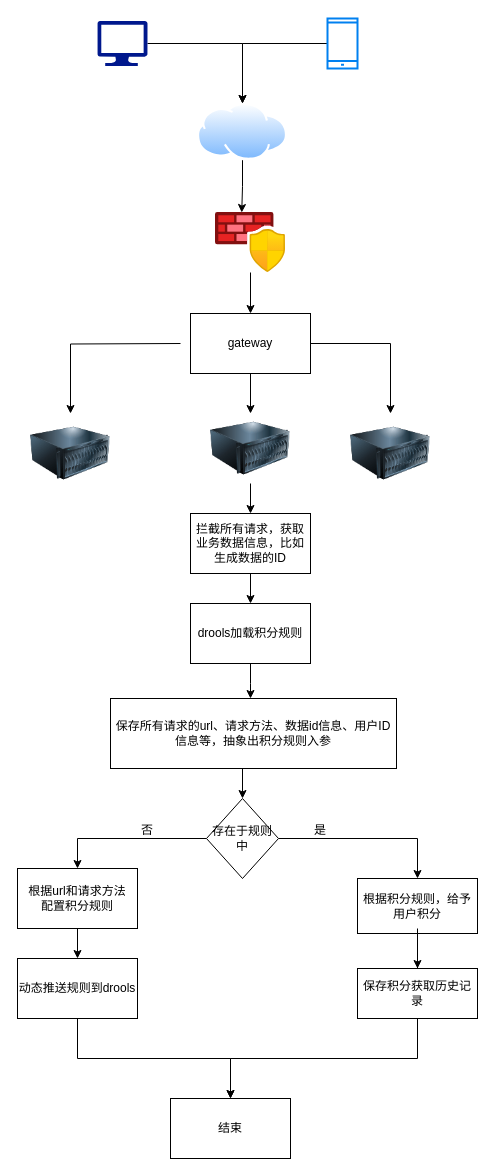
Earlier version of the draw.io diagram 积分管理.drawio (huyongchao98/dapp). Source tidied: cells renumbered, new cells numbered last; positions are measured from the earlier drawing's top-left corner, leaving out a move shared by most shapes. Both pictures are drawn from the tidied source at 100%, with x=0, y=0 at pixel (17, 18).
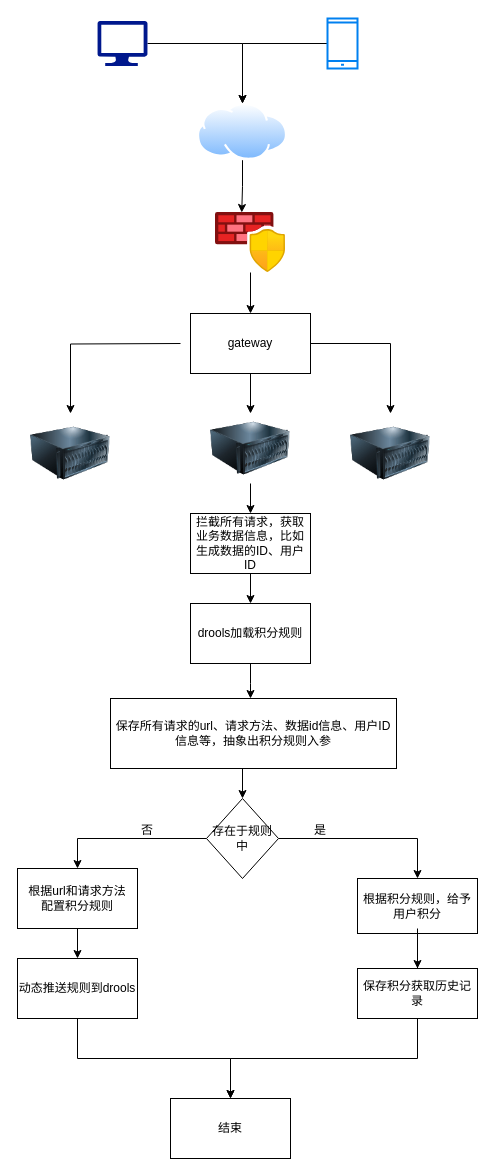
The same diagram, later.

Commit message (it also covers changes not shown here):
更新积分管理.drawio

Change to the diagram source:
```diff
@@
-    <mxCell id="19" value="拦截所有请求，获取业务数据信息，比如生成数据的ID" style="rounded=0;whiteSpace=wrap;html=1;" parent="1" vertex="1">
+    <mxCell id="19" value="拦截所有请求，获取业务数据信息，比如生成数据的ID、用户ID" style="rounded=0;whiteSpace=wrap;html=1;" parent="1" vertex="1">
       <mxGeometry x="173" y="495" width="120" height="60" as="geometry" />
     </mxCell>
```
